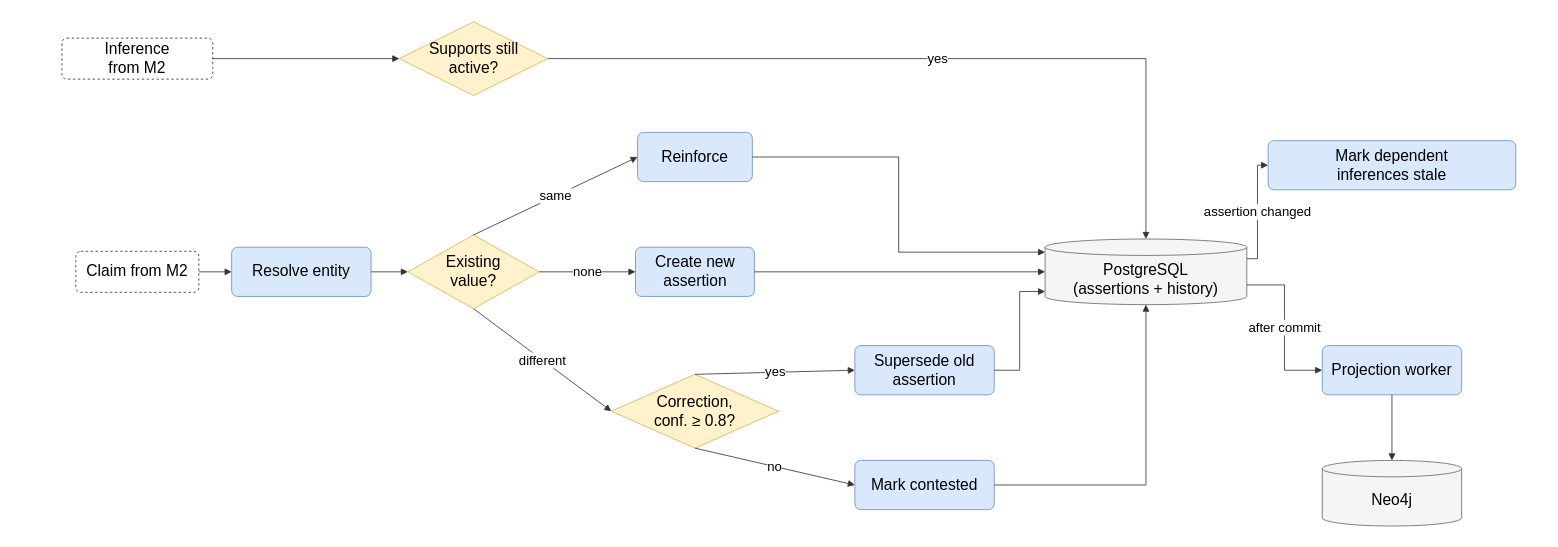
Before: report/diagrams/slides/module-3-temporal-graph.drawio in aryaniyaps/sdp-2026, a draw.io diagram. Source tidied: cells renumbered, new cells numbered last; positions are measured from the earlier drawing's top-left corner, leaving out a move shared by most shapes. Both pictures are drawn from the tidied source at 82%, with x=0, y=0 at pixel (61, 21).
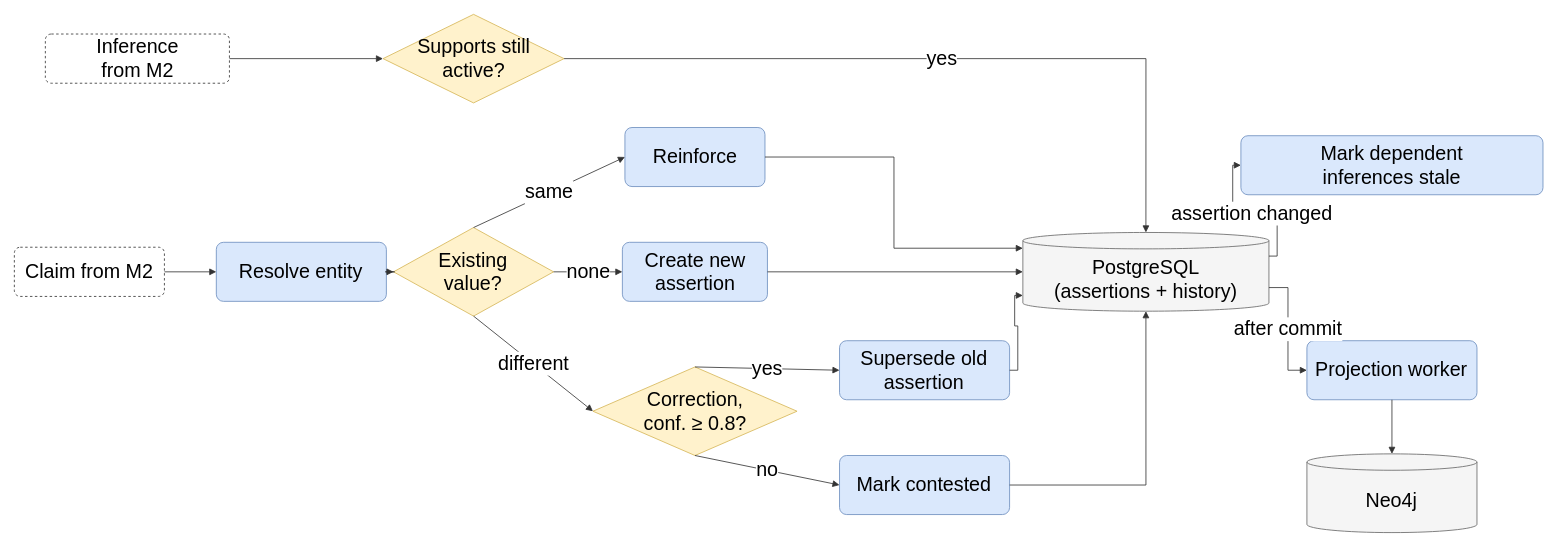
The same page after the edit.

Diff of the diagram source:
```diff
@@
-<mxGraphModel>
+<mxGraphModel background="#ffffff">
@@
-    <mxCell id="2" value="Claim from M2" style="rounded=1;arcSize=12;dashed=1;fillColor=#ffffff;strokeColor=#333333;fontSize=19;fontFamily=Helvetica;whiteSpace=wrap;html=1;" parent="1" vertex="1">
-      <mxGeometry x="17" y="280" width="150" height="50" as="geometry" />
+    <mxCell id="2" value="Claim from M2" style="rounded=1;arcSize=12;dashed=1;fillColor=#ffffff;strokeColor=#333333;fontSize=24;fontFamily=Helvetica;whiteSpace=wrap;html=1;" parent="1" vertex="1">
+      <mxGeometry x="-58" y="275" width="183" height="60" as="geometry" />
     </mxCell>
-    <mxCell id="3" value="Resolve entity" style="rounded=1;arcSize=12;fillColor=#dae8fc;strokeColor=#6c8ebf;fontSize=19;fontFamily=Helvetica;whiteSpace=wrap;html=1;" parent="1" vertex="1">
-      <mxGeometry x="207" y="275" width="170" height="60" as="geometry" />
+    <mxCell id="3" value="Resolve entity" style="rounded=1;arcSize=12;fillColor=#dae8fc;strokeColor=#6c8ebf;fontSize=24;fontFamily=Helvetica;whiteSpace=wrap;html=1;" parent="1" vertex="1">
+      <mxGeometry x="188.3" y="269" width="207.4" height="72" as="geometry" />
     </mxCell>
-    <mxCell id="4" value="Existing&lt;br&gt;value?" style="rhombus;fillColor=#fff2cc;strokeColor=#d6b656;fontSize=19;fontFamily=Helvetica;whiteSpace=wrap;html=1;" parent="1" vertex="1">
-      <mxGeometry x="422" y="260" width="160" height="90" as="geometry" />
+    <mxCell id="4" value="Existing&lt;br&gt;value?" style="rhombus;fillColor=#fff2cc;strokeColor=#d6b656;fontSize=24;fontFamily=Helvetica;whiteSpace=wrap;html=1;" parent="1" vertex="1">
+      <mxGeometry x="404.4" y="251" width="195.2" height="108" as="geometry" />
     </mxCell>
-    <mxCell id="5" value="Reinforce" style="rounded=1;arcSize=12;fillColor=#dae8fc;strokeColor=#6c8ebf;fontSize=19;fontFamily=Helvetica;whiteSpace=wrap;html=1;" parent="1" vertex="1">
-      <mxGeometry x="702" y="135" width="140" height="60" as="geometry" />
+    <mxCell id="5" value="Reinforce" style="rounded=1;arcSize=12;fillColor=#dae8fc;strokeColor=#6c8ebf;fontSize=24;fontFamily=Helvetica;whiteSpace=wrap;html=1;" parent="1" vertex="1">
+      <mxGeometry x="686.6" y="129" width="170.8" height="72" as="geometry" />
     </mxCell>
-    <mxCell id="6" value="Create new&lt;br&gt;assertion" style="rounded=1;arcSize=12;fillColor=#dae8fc;strokeColor=#6c8ebf;fontSize=19;fontFamily=Helvetica;whiteSpace=wrap;html=1;" parent="1" vertex="1">
-      <mxGeometry x="699.5" y="275" width="145" height="60" as="geometry" />
+    <mxCell id="6" value="Create new&lt;br&gt;assertion" style="rounded=1;arcSize=12;fillColor=#dae8fc;strokeColor=#6c8ebf;fontSize=24;fontFamily=Helvetica;whiteSpace=wrap;html=1;" parent="1" vertex="1">
+      <mxGeometry x="683.5" y="269" width="176.9" height="72" as="geometry" />
     </mxCell>
-    <mxCell id="7" value="Correction,&lt;br&gt;conf. ≥ 0.8?" style="rhombus;fillColor=#fff2cc;strokeColor=#d6b656;fontSize=19;fontFamily=Helvetica;whiteSpace=wrap;html=1;" parent="1" vertex="1">
-      <mxGeometry x="670" y="430" width="204" height="90" as="geometry" />
+    <mxCell id="7" value="Correction,&lt;br&gt;conf. ≥ 0.8?" style="rhombus;fillColor=#fff2cc;strokeColor=#d6b656;fontSize=24;fontFamily=Helvetica;whiteSpace=wrap;html=1;" parent="1" vertex="1">
+      <mxGeometry x="647.6" y="421" width="248.9" height="108" as="geometry" />
     </mxCell>
-    <mxCell id="8" value="Supersede old&lt;br&gt;assertion" style="rounded=1;arcSize=12;fillColor=#dae8fc;strokeColor=#6c8ebf;fontSize=19;fontFamily=Helvetica;whiteSpace=wrap;html=1;" parent="1" vertex="1">
-      <mxGeometry x="967" y="395" width="170" height="60" as="geometry" />
+    <mxCell id="8" value="Supersede old&lt;br&gt;assertion" style="rounded=1;arcSize=12;fillColor=#dae8fc;strokeColor=#6c8ebf;fontSize=24;fontFamily=Helvetica;whiteSpace=wrap;html=1;" parent="1" vertex="1">
+      <mxGeometry x="948.3" y="389" width="207.4" height="72" as="geometry" />
     </mxCell>
-    <mxCell id="9" value="Mark contested" style="rounded=1;arcSize=12;fillColor=#dae8fc;strokeColor=#6c8ebf;fontSize=19;fontFamily=Helvetica;whiteSpace=wrap;html=1;" parent="1" vertex="1">
-      <mxGeometry x="967" y="535" width="170" height="60" as="geometry" />
+    <mxCell id="9" value="Mark contested" style="rounded=1;arcSize=12;fillColor=#dae8fc;strokeColor=#6c8ebf;fontSize=24;fontFamily=Helvetica;whiteSpace=wrap;html=1;" parent="1" vertex="1">
+      <mxGeometry x="948.3" y="529" width="207.4" height="72" as="geometry" />
     </mxCell>
-    <mxCell id="10" value="Inference&lt;br&gt;from M2" style="rounded=1;arcSize=12;dashed=1;fillColor=#ffffff;strokeColor=#333333;fontSize=19;fontFamily=Helvetica;whiteSpace=wrap;html=1;" parent="1" vertex="1">
-      <mxGeometry y="20" width="184" height="50" as="geometry" />
+    <mxCell id="10" value="Inference&lt;br&gt;from M2" style="rounded=1;arcSize=12;dashed=1;fillColor=#ffffff;strokeColor=#333333;fontSize=24;fontFamily=Helvetica;whiteSpace=wrap;html=1;" parent="1" vertex="1">
+      <mxGeometry x="-20.2" y="15" width="224.5" height="60" as="geometry" />
     </mxCell>
-    <mxCell id="11" value="Supports still&lt;br&gt;active?" style="rhombus;fillColor=#fff2cc;strokeColor=#d6b656;fontSize=19;fontFamily=Helvetica;whiteSpace=wrap;html=1;" parent="1" vertex="1">
-      <mxGeometry x="411.5" width="181" height="90" as="geometry" />
+    <mxCell id="11" value="Supports still&lt;br&gt;active?" style="rhombus;fillColor=#fff2cc;strokeColor=#d6b656;fontSize=24;fontFamily=Helvetica;whiteSpace=wrap;html=1;" parent="1" vertex="1">
+      <mxGeometry x="391.6" y="-9" width="220.8" height="108" as="geometry" />
     </mxCell>
-    <mxCell id="12" value="PostgreSQL&lt;br&gt;(assertions + history)" style="shape=cylinder3;boundedLbl=1;backgroundOutline=1;size=10;fillColor=#f5f5f5;strokeColor=#666666;fontSize=19;fontFamily=Helvetica;whiteSpace=wrap;html=1;" parent="1" vertex="1">
-      <mxGeometry x="1199" y="265" width="246" height="80" as="geometry" />
+    <mxCell id="12" value="PostgreSQL&lt;br&gt;(assertions + history)" style="shape=cylinder3;boundedLbl=1;backgroundOutline=1;size=10;fillColor=#f5f5f5;strokeColor=#666666;fontSize=24;fontFamily=Helvetica;whiteSpace=wrap;html=1;" parent="1" vertex="1">
+      <mxGeometry x="1171.9" y="257" width="300.1" height="96" as="geometry" />
     </mxCell>
-    <mxCell id="13" value="Mark dependent&lt;br&gt;inferences stale" style="rounded=1;arcSize=12;fillColor=#dae8fc;strokeColor=#6c8ebf;fontSize=19;fontFamily=Helvetica;whiteSpace=wrap;html=1;" parent="1" vertex="1">
-      <mxGeometry x="1471" y="145" width="302" height="60" as="geometry" />
+    <mxCell id="13" value="Mark dependent&lt;br&gt;inferences stale" style="rounded=1;arcSize=12;fillColor=#dae8fc;strokeColor=#6c8ebf;fontSize=24;fontFamily=Helvetica;whiteSpace=wrap;html=1;" parent="1" vertex="1">
+      <mxGeometry x="1437.8" y="139" width="368.4" height="72" as="geometry" />
     </mxCell>
-    <mxCell id="14" value="Projection worker" style="rounded=1;arcSize=12;fillColor=#dae8fc;strokeColor=#6c8ebf;fontSize=19;fontFamily=Helvetica;whiteSpace=wrap;html=1;" parent="1" vertex="1">
-      <mxGeometry x="1537" y="395" width="170" height="60" as="geometry" />
+    <mxCell id="14" value="Projection worker" style="rounded=1;arcSize=12;fillColor=#dae8fc;strokeColor=#6c8ebf;fontSize=24;fontFamily=Helvetica;whiteSpace=wrap;html=1;" parent="1" vertex="1">
+      <mxGeometry x="1518.3" y="389" width="207.4" height="72" as="geometry" />
     </mxCell>
-    <mxCell id="15" value="Neo4j" style="shape=cylinder3;boundedLbl=1;backgroundOutline=1;size=10;fillColor=#f5f5f5;strokeColor=#666666;fontSize=19;fontFamily=Helvetica;whiteSpace=wrap;html=1;" parent="1" vertex="1">
-      <mxGeometry x="1537" y="535" width="170" height="80" as="geometry" />
+    <mxCell id="15" value="Neo4j" style="shape=cylinder3;boundedLbl=1;backgroundOutline=1;size=10;fillColor=#f5f5f5;strokeColor=#666666;fontSize=24;fontFamily=Helvetica;whiteSpace=wrap;html=1;" parent="1" vertex="1">
+      <mxGeometry x="1518.3" y="527" width="207.4" height="96" as="geometry" />
     </mxCell>
-    <mxCell id="16" style="rounded=0;html=1;endArrow=block;endFill=1;strokeColor=#333333;fontSize=16;labelBackgroundColor=#ffffff;edgeStyle=orthogonalEdgeStyle;" parent="1" edge="1" source="2" target="3">
+    <mxCell id="16" style="rounded=0;html=1;endArrow=block;endFill=1;strokeColor=#333333;fontSize=24;labelBackgroundColor=#ffffff;edgeStyle=orthogonalEdgeStyle;" parent="1" edge="1" source="2" target="3">
       <mxGeometry relative="1" as="geometry" />
     </mxCell>
-    <mxCell id="17" style="rounded=0;html=1;endArrow=block;endFill=1;strokeColor=#333333;fontSize=16;labelBackgroundColor=#ffffff;edgeStyle=orthogonalEdgeStyle;" parent="1" edge="1" source="3" target="4">
+    <mxCell id="17" style="rounded=0;html=1;endArrow=block;endFill=1;strokeColor=#333333;fontSize=24;labelBackgroundColor=#ffffff;edgeStyle=orthogonalEdgeStyle;" parent="1" edge="1" source="3" target="4">
       <mxGeometry relative="1" as="geometry" />
     </mxCell>
-    <mxCell id="18" value="same" style="rounded=0;html=1;endArrow=block;endFill=1;strokeColor=#333333;fontSize=16;labelBackgroundColor=#ffffff;noEdgeStyle=1;orthogonal=1;edgeStyle=orthogonalEdgeStyle;exitX=0.5;exitY=0;entryX=0;entryY=0.5;" parent="1" edge="1" source="4" target="5">
+    <mxCell id="18" value="same" style="rounded=0;html=1;endArrow=block;endFill=1;strokeColor=#333333;fontSize=24;labelBackgroundColor=#ffffff;noEdgeStyle=1;orthogonal=1;edgeStyle=orthogonalEdgeStyle;exitX=0.5;exitY=0;entryX=0;entryY=0.5;" parent="1" edge="1" source="4" target="5">
       <mxGeometry relative="1" as="geometry" />
     </mxCell>
-    <mxCell id="19" value="none" style="rounded=0;html=1;endArrow=block;endFill=1;strokeColor=#333333;fontSize=16;labelBackgroundColor=#ffffff;edgeStyle=orthogonalEdgeStyle;" parent="1" edge="1" source="4" target="6">
+    <mxCell id="19" value="none" style="rounded=0;html=1;endArrow=block;endFill=1;strokeColor=#333333;fontSize=24;labelBackgroundColor=#ffffff;edgeStyle=orthogonalEdgeStyle;" parent="1" edge="1" source="4" target="6">
       <mxGeometry relative="1" as="geometry" />
     </mxCell>
-    <mxCell id="20" value="different" style="rounded=0;html=1;endArrow=block;endFill=1;strokeColor=#333333;fontSize=16;labelBackgroundColor=#ffffff;noEdgeStyle=1;orthogonal=1;edgeStyle=orthogonalEdgeStyle;exitX=0.5;exitY=1;entryX=0;entryY=0.5;" parent="1" edge="1" source="4" target="7">
+    <mxCell id="20" value="different" style="rounded=0;html=1;endArrow=block;endFill=1;strokeColor=#333333;fontSize=24;labelBackgroundColor=#ffffff;noEdgeStyle=1;orthogonal=1;edgeStyle=orthogonalEdgeStyle;exitX=0.5;exitY=1;entryX=0;entryY=0.5;" parent="1" edge="1" source="4" target="7">
       <mxGeometry relative="1" as="geometry" />
     </mxCell>
-    <mxCell id="21" value="yes" style="rounded=0;html=1;endArrow=block;endFill=1;strokeColor=#333333;fontSize=16;labelBackgroundColor=#ffffff;noEdgeStyle=1;orthogonal=1;edgeStyle=orthogonalEdgeStyle;exitX=0.5;exitY=0;entryX=0;entryY=0.5;" parent="1" edge="1" source="7" target="8">
+    <mxCell id="21" value="yes" style="rounded=0;html=1;endArrow=block;endFill=1;strokeColor=#333333;fontSize=24;labelBackgroundColor=#ffffff;noEdgeStyle=1;orthogonal=1;edgeStyle=orthogonalEdgeStyle;exitX=0.5;exitY=0;entryX=0;entryY=0.5;" parent="1" edge="1" source="7" target="8">
       <mxGeometry relative="1" as="geometry" />
     </mxCell>
-    <mxCell id="22" value="no" style="rounded=0;html=1;endArrow=block;endFill=1;strokeColor=#333333;fontSize=16;labelBackgroundColor=#ffffff;noEdgeStyle=1;orthogonal=1;edgeStyle=orthogonalEdgeStyle;exitX=0.5;exitY=1;entryX=0;entryY=0.5;" parent="1" edge="1" source="7" target="9">
+    <mxCell id="22" value="no" style="rounded=0;html=1;endArrow=block;endFill=1;strokeColor=#333333;fontSize=24;labelBackgroundColor=#ffffff;noEdgeStyle=1;orthogonal=1;edgeStyle=orthogonalEdgeStyle;exitX=0.5;exitY=1;entryX=0;entryY=0.5;" parent="1" edge="1" source="7" target="9">
       <mxGeometry relative="1" as="geometry" />
     </mxCell>
-    <mxCell id="23" style="rounded=0;html=1;endArrow=block;endFill=1;strokeColor=#333333;fontSize=16;labelBackgroundColor=#ffffff;edgeStyle=orthogonalEdgeStyle;exitX=1;exitY=0.5;entryX=0;entryY=0.2;" parent="1" edge="1" source="5" target="12">
+    <mxCell id="23" style="rounded=0;html=1;endArrow=block;endFill=1;strokeColor=#333333;fontSize=24;labelBackgroundColor=#ffffff;edgeStyle=orthogonalEdgeStyle;exitX=1;exitY=0.5;entryX=0;entryY=0.2;" parent="1" edge="1" source="5" target="12">
       <mxGeometry relative="1" as="geometry" />
     </mxCell>
-    <mxCell id="24" style="rounded=0;html=1;endArrow=block;endFill=1;strokeColor=#333333;fontSize=16;labelBackgroundColor=#ffffff;edgeStyle=orthogonalEdgeStyle;exitX=1;exitY=0.5;entryX=0;entryY=0.5;" parent="1" edge="1" source="6" target="12">
+    <mxCell id="24" style="rounded=0;html=1;endArrow=block;endFill=1;strokeColor=#333333;fontSize=24;labelBackgroundColor=#ffffff;edgeStyle=orthogonalEdgeStyle;exitX=1;exitY=0.5;entryX=0;entryY=0.5;" parent="1" edge="1" source="6" target="12">
       <mxGeometry relative="1" as="geometry" />
     </mxCell>
-    <mxCell id="25" style="rounded=0;html=1;endArrow=block;endFill=1;strokeColor=#333333;fontSize=16;labelBackgroundColor=#ffffff;edgeStyle=orthogonalEdgeStyle;exitX=1;exitY=0.5;entryX=0;entryY=0.8;" parent="1" edge="1" source="8" target="12">
+    <mxCell id="25" style="rounded=0;html=1;endArrow=block;endFill=1;strokeColor=#333333;fontSize=24;labelBackgroundColor=#ffffff;edgeStyle=orthogonalEdgeStyle;exitX=1;exitY=0.5;entryX=0;entryY=0.8;" parent="1" edge="1" source="8" target="12">
       <mxGeometry relative="1" as="geometry" />
     </mxCell>
-    <mxCell id="26" style="rounded=0;html=1;endArrow=block;endFill=1;strokeColor=#333333;fontSize=16;labelBackgroundColor=#ffffff;edgeStyle=orthogonalEdgeStyle;exitX=1;exitY=0.5;entryX=0.5;entryY=1;" parent="1" edge="1" source="9" target="12">
+    <mxCell id="26" style="rounded=0;html=1;endArrow=block;endFill=1;strokeColor=#333333;fontSize=24;labelBackgroundColor=#ffffff;edgeStyle=orthogonalEdgeStyle;exitX=1;exitY=0.5;entryX=0.5;entryY=1;" parent="1" edge="1" source="9" target="12">
       <mxGeometry relative="1" as="geometry" />
     </mxCell>
-    <mxCell id="27" style="rounded=0;html=1;endArrow=block;endFill=1;strokeColor=#333333;fontSize=16;labelBackgroundColor=#ffffff;edgeStyle=orthogonalEdgeStyle;" parent="1" edge="1" source="10" target="11">
+    <mxCell id="27" style="rounded=0;html=1;endArrow=block;endFill=1;strokeColor=#333333;fontSize=24;labelBackgroundColor=#ffffff;edgeStyle=orthogonalEdgeStyle;" parent="1" edge="1" source="10" target="11">
       <mxGeometry relative="1" as="geometry" />
     </mxCell>
-    <mxCell id="28" value="yes" style="rounded=0;html=1;endArrow=block;endFill=1;strokeColor=#333333;fontSize=16;labelBackgroundColor=#ffffff;edgeStyle=orthogonalEdgeStyle;exitX=1;exitY=0.5;entryX=0.5;entryY=0;" parent="1" edge="1" source="11" target="12">
+    <mxCell id="28" value="yes" style="rounded=0;html=1;endArrow=block;endFill=1;strokeColor=#333333;fontSize=24;labelBackgroundColor=#ffffff;edgeStyle=orthogonalEdgeStyle;exitX=1;exitY=0.5;entryX=0.5;entryY=0;" parent="1" edge="1" source="11" target="12">
       <mxGeometry relative="1" as="geometry" />
     </mxCell>
-    <mxCell id="29" value="assertion changed" style="rounded=0;html=1;endArrow=block;endFill=1;strokeColor=#333333;fontSize=16;labelBackgroundColor=#ffffff;edgeStyle=orthogonalEdgeStyle;exitX=1;exitY=0.3;entryX=0;entryY=0.5;" parent="1" edge="1" source="12" target="13">
+    <mxCell id="29" value="assertion changed" style="rounded=0;html=1;endArrow=block;endFill=1;strokeColor=#333333;fontSize=24;labelBackgroundColor=#ffffff;edgeStyle=orthogonalEdgeStyle;exitX=1;exitY=0.3;entryX=0;entryY=0.5;" parent="1" edge="1" source="12" target="13">
       <mxGeometry relative="1" as="geometry" />
     </mxCell>
-    <mxCell id="30" value="after commit" style="rounded=0;html=1;endArrow=block;endFill=1;strokeColor=#333333;fontSize=16;labelBackgroundColor=#ffffff;edgeStyle=orthogonalEdgeStyle;exitX=1;exitY=0.7;entryX=0;entryY=0.5;" parent="1" edge="1" source="12" target="14">
+    <mxCell id="30" value="after commit" style="rounded=0;html=1;endArrow=block;endFill=1;strokeColor=#333333;fontSize=24;labelBackgroundColor=#ffffff;edgeStyle=orthogonalEdgeStyle;exitX=1;exitY=0.7;entryX=0;entryY=0.5;" parent="1" edge="1" source="12" target="14">
       <mxGeometry relative="1" as="geometry" />
     </mxCell>
-    <mxCell id="31" style="rounded=0;html=1;endArrow=block;endFill=1;strokeColor=#333333;fontSize=16;labelBackgroundColor=#ffffff;edgeStyle=orthogonalEdgeStyle;exitX=0.5;exitY=1;entryX=0.5;entryY=0;" parent="1" edge="1" source="14" target="15">
+    <mxCell id="31" style="rounded=0;html=1;endArrow=block;endFill=1;strokeColor=#333333;fontSize=24;labelBackgroundColor=#ffffff;edgeStyle=orthogonalEdgeStyle;exitX=0.5;exitY=1;entryX=0.5;entryY=0;" parent="1" edge="1" source="14" target="15">
       <mxGeometry relative="1" as="geometry" />
     </mxCell>
```
